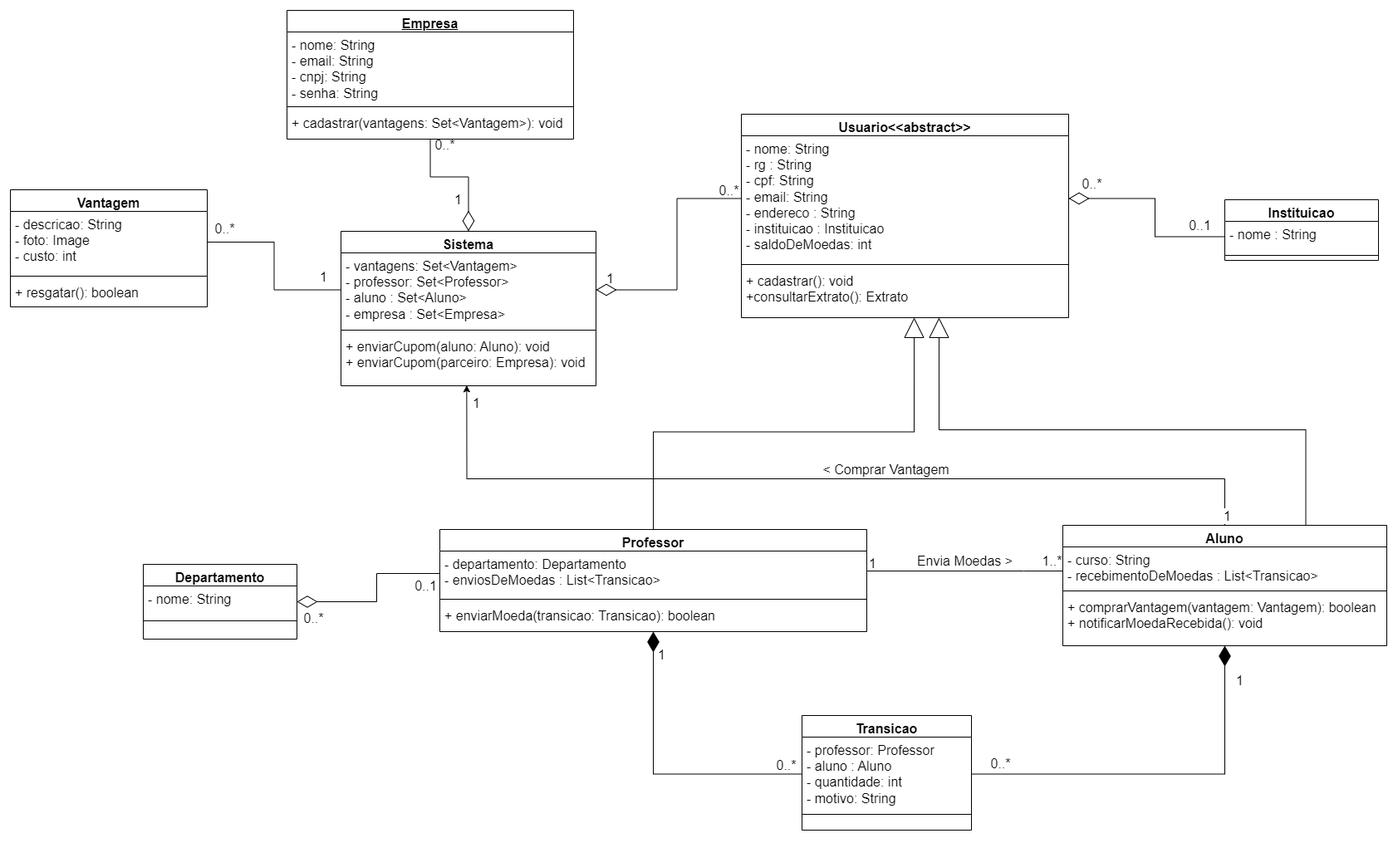
Earlier version of the draw.io export docs/diagrama_de_classe_lab_projeto.drawio.png (pucmg-2023-02-lds-g5/Projeto-3). Source tidied: cells renumbered, new cells last; positions are measured from the earlier drawing's top-left corner, leaving out a move shared by most shapes.
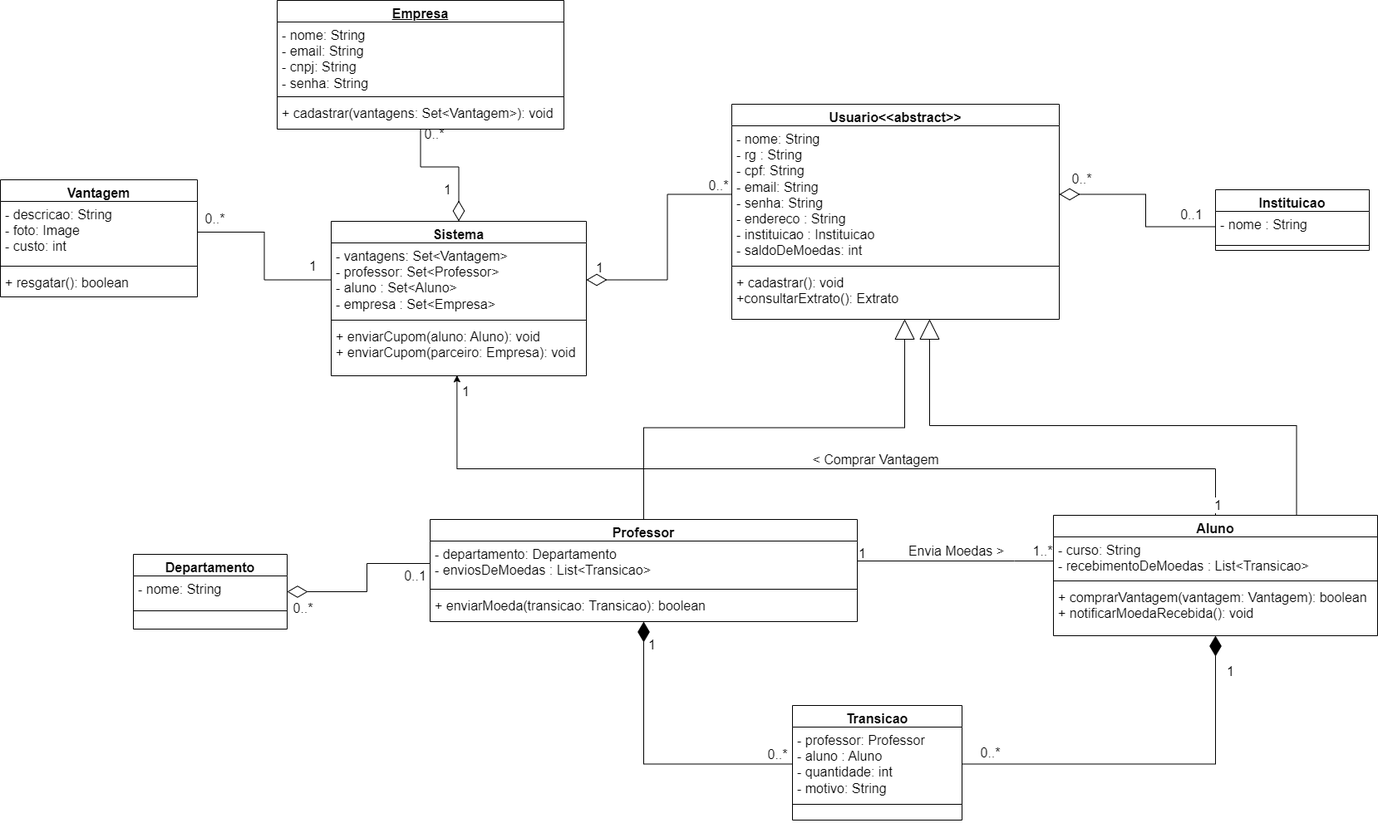
Later version of the same file.

Diff of the diagram source:
```diff
@@ -102,16 +102,16 @@
       <mxGeometry y="120" width="345" height="35" as="geometry" />
     </mxCell>
     <mxCell id="31" value="Usuario&amp;lt;&amp;lt;abstract&amp;gt;&amp;gt;" style="swimlane;fontStyle=1;align=center;verticalAlign=top;horizontal=1;startSize=26;whiteSpace=wrap;html=1;fontSize=16;" parent="1" vertex="1">
-      <mxGeometry x="880" y="125" width="394" height="245" as="geometry" />
+      <mxGeometry x="880" y="125" width="394" height="259" as="geometry" />
     </mxCell>
-    <mxCell id="32" value="&lt;div&gt;&lt;span style=&quot;background-color: initial;&quot;&gt;- nome: String&lt;/span&gt;&lt;br&gt;&lt;/div&gt;&lt;div&gt;&lt;span style=&quot;background-color: initial;&quot;&gt;- rg : String&lt;/span&gt;&lt;/div&gt;&lt;div&gt;- cpf: String&lt;/div&gt;- email: String&lt;br&gt;- endereco : String&lt;br&gt;&lt;div&gt;- instituicao : Instituicao&lt;/div&gt;&lt;div&gt;- saldoDeMoedas: int&lt;/div&gt;&lt;div&gt;&lt;br&gt;&lt;/div&gt;" style="text;strokeColor=none;fillColor=none;align=left;verticalAlign=top;spacingLeft=4;spacingRight=4;overflow=hidden;points=[[0,0.5],[1,0.5]];portConstraint=eastwest;whiteSpace=wrap;html=1;fontSize=16;" parent="31" vertex="1">
-      <mxGeometry y="26" width="394" height="151" as="geometry" />
+    <mxCell id="32" value="&lt;div&gt;&lt;span style=&quot;background-color: initial;&quot;&gt;- nome: String&lt;/span&gt;&lt;br&gt;&lt;/div&gt;&lt;div&gt;&lt;span style=&quot;background-color: initial;&quot;&gt;- rg : String&lt;/span&gt;&lt;/div&gt;&lt;div&gt;- cpf: String&lt;/div&gt;- email: String&lt;br&gt;- senha: String&lt;br&gt;- endereco : String&lt;br&gt;&lt;div&gt;- instituicao : Instituicao&lt;/div&gt;&lt;div&gt;- saldoDeMoedas: int&lt;/div&gt;&lt;div&gt;&lt;br&gt;&lt;/div&gt;" style="text;strokeColor=none;fillColor=none;align=left;verticalAlign=top;spacingLeft=4;spacingRight=4;overflow=hidden;points=[[0,0.5],[1,0.5]];portConstraint=eastwest;whiteSpace=wrap;html=1;fontSize=16;" parent="31" vertex="1">
+      <mxGeometry y="26" width="394" height="165" as="geometry" />
     </mxCell>
     <mxCell id="33" style="line;strokeWidth=1;fillColor=none;align=left;verticalAlign=middle;spacingTop=-1;spacingLeft=3;spacingRight=3;labelPosition=right;strokeColor=inherit;fontSize=16;" parent="31" vertex="1">
-      <mxGeometry y="177" width="394" height="8" as="geometry" />
+      <mxGeometry y="191" width="394" height="8" as="geometry" />
     </mxCell>
     <mxCell id="34" value="&lt;div&gt;&lt;span style=&quot;background-color: initial;&quot;&gt;+ cadastrar(): void&lt;/span&gt;&lt;br&gt;&lt;/div&gt;&lt;div&gt;+consultarExtrato(): Extrato&lt;/div&gt;" style="text;strokeColor=none;fillColor=none;align=left;verticalAlign=top;spacingLeft=4;spacingRight=4;overflow=hidden;points=[[0,0.5],[1,0.5]];portConstraint=eastwest;whiteSpace=wrap;html=1;fontSize=16;" parent="31" vertex="1">
-      <mxGeometry y="185" width="394" height="60" as="geometry" />
+      <mxGeometry y="199" width="394" height="60" as="geometry" />
     </mxCell>
     <mxCell id="35" style="edgeStyle=orthogonalEdgeStyle;rounded=0;jettySize=auto;html=1;entryX=0.528;entryY=0.998;entryDx=0;entryDy=0;entryPerimeter=0;endArrow=block;endFill=0;endSize=22;" parent="1" edge="1" source="16" target="34">
       <mxGeometry relative="1" as="geometry" />
```
